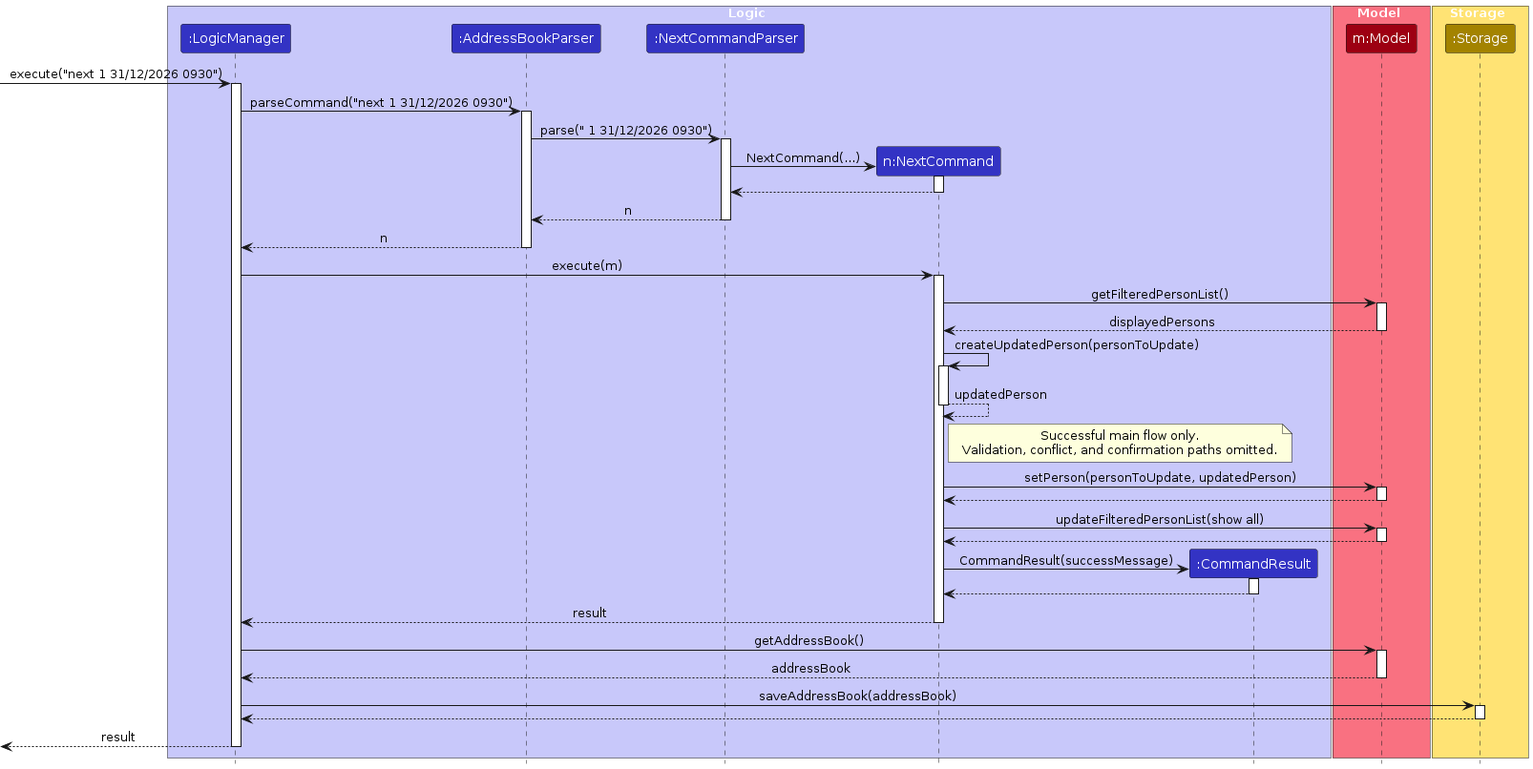
This is diagrams/NextSequenceDiagram.png from AY2627S1-CS2103T-T09-4/tp, a PlantUML export, as it was before one commit. Its source is kept beside it as diagrams/NextSequenceDiagram.puml.
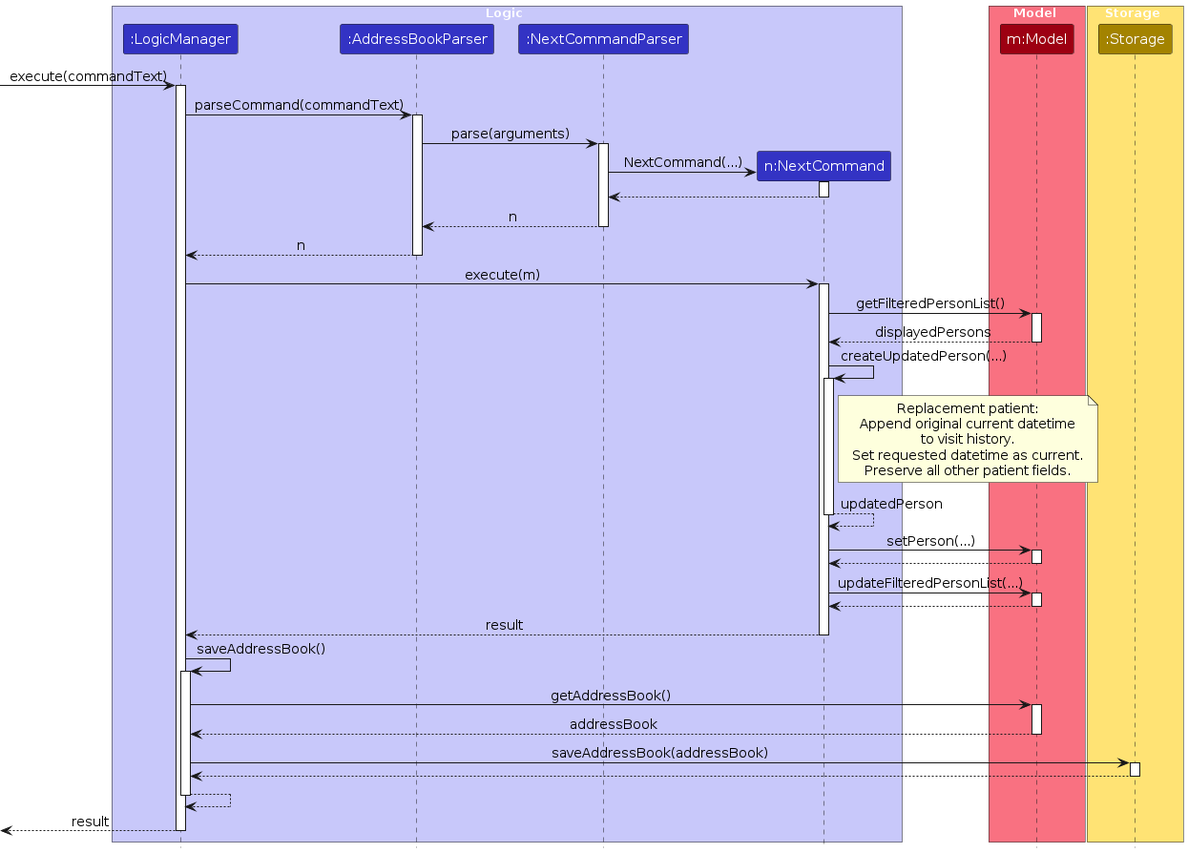
After the change.

Diff of the diagram source:
```diff
@@ -1,13 +1,25 @@
 @startuml
 !include style.puml
 skinparam ArrowFontStyle plain
+
+skinparam ParticipantPadding 6
+skinparam Participant {
+  FontSize 15
+  Padding 8
+}
+skinparam Sequence {
+  ArrowFontSize 14
+  ParticipantFontSize 15
+}
+skinparam Note {
+  FontSize 14
+}
 
 box Logic LOGIC_COLOR_T1
 participant ":LogicManager" as LogicManager LOGIC_COLOR
 participant ":AddressBookParser" as AddressBookParser LOGIC_COLOR
 participant ":NextCommandParser" as NextCommandParser LOGIC_COLOR
 participant "n:NextCommand" as NextCommand LOGIC_COLOR
-participant ":CommandResult" as CommandResult LOGIC_COLOR
 end box
 
 box Model MODEL_COLOR_T1
@@ -18,13 +30,13 @@
 participant ":Storage" as Storage STORAGE_COLOR
 end box
 
-[-> LogicManager : execute("next 1 31/12/2026 0930")
+[-> LogicManager : execute(commandText)
 activate LogicManager
 
-LogicManager -> AddressBookParser : parseCommand("next 1 31/12/2026 0930")
+LogicManager -> AddressBookParser : parseCommand(commandText)
 activate AddressBookParser
 
-AddressBookParser -> NextCommandParser : parse(" 1 31/12/2026 0930")
+AddressBookParser -> NextCommandParser : parse(arguments)
 activate NextCommandParser
 
 create NextCommand
@@ -48,35 +60,33 @@
 Model --> NextCommand : displayedPersons
 deactivate Model
 
-NextCommand -> NextCommand : createUpdatedPerson(personToUpdate)
+NextCommand -> NextCommand : createUpdatedPerson(...)
 activate NextCommand
+note right of NextCommand
+  Replacement patient:
+  Append original current datetime
+  to visit history.
+  Set requested datetime as current.
+  Preserve all other patient fields.
+end note
 NextCommand --> NextCommand : updatedPerson
 deactivate NextCommand
 
-note right of NextCommand
-  Successful main flow only.
-  Validation, conflict, and confirmation paths omitted.
-end note
-
-NextCommand -> Model : setPerson(personToUpdate, updatedPerson)
+NextCommand -> Model : setPerson(...)
 activate Model
 Model --> NextCommand
 deactivate Model
 
-NextCommand -> Model : updateFilteredPersonList(show all)
+NextCommand -> Model : updateFilteredPersonList(...)
 activate Model
 Model --> NextCommand
 deactivate Model
 
-create CommandResult
-NextCommand -> CommandResult : CommandResult(successMessage)
-activate CommandResult
-CommandResult --> NextCommand
-deactivate CommandResult
-
 NextCommand --> LogicManager : result
 deactivate NextCommand
 
+LogicManager -> LogicManager : saveAddressBook()
+activate LogicManager
 LogicManager -> Model : getAddressBook()
 activate Model
 Model --> LogicManager : addressBook
@@ -87,6 +97,9 @@
 Storage --> LogicManager
 deactivate Storage
 
+LogicManager --> LogicManager
+deactivate LogicManager
+
 [<--LogicManager : result
 deactivate LogicManager
 @enduml
```
